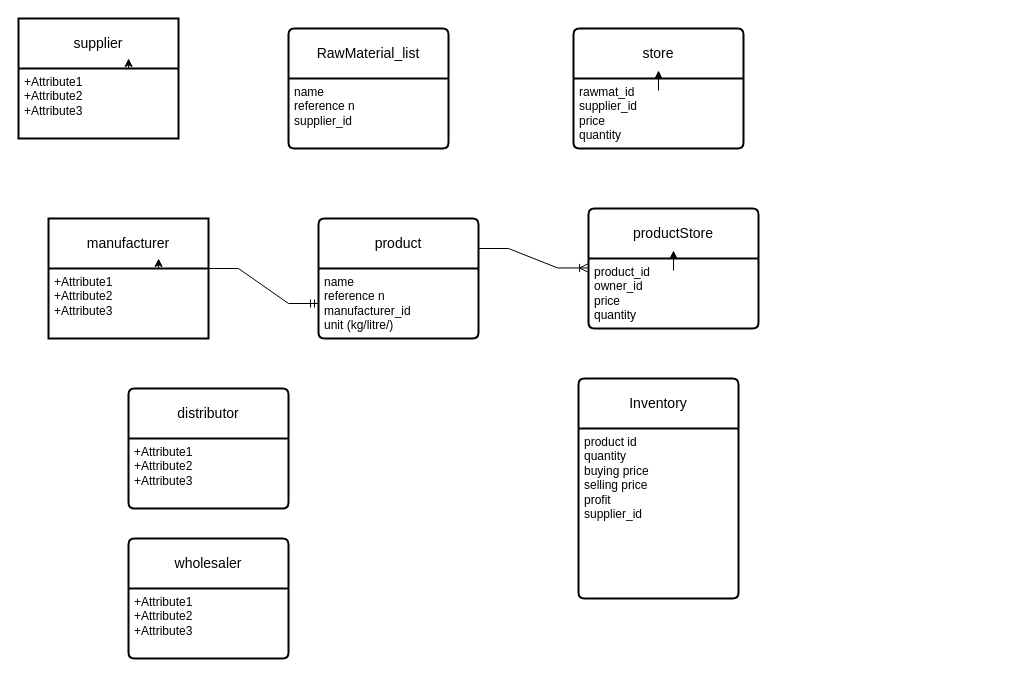
The draw.io diagram Untitled Diagram.drawio in Chrissiku/100-days-of-javascript, before the edit. Source tidied: cells renumbered, new cells numbered last; positions are measured from the earlier drawing's top-left corner, leaving out a move shared by most shapes. Both pictures are drawn from the tidied source at 100%, with x=0, y=0 at pixel (18, 18).
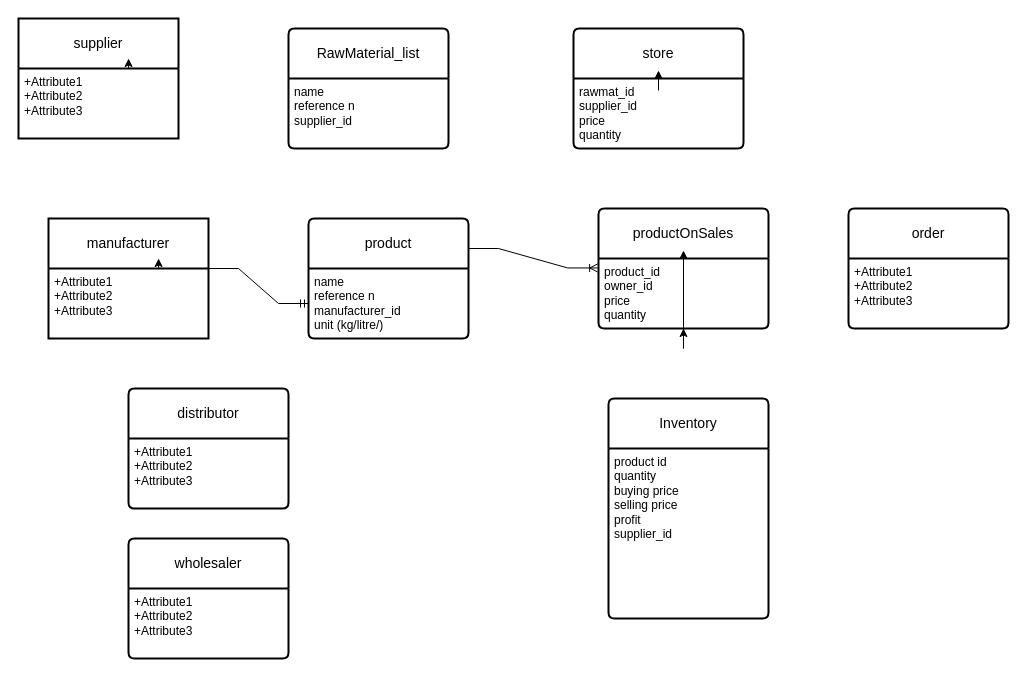
The same page after the edit.

Unchanged cells that the change refers to:
```xml
<mxCell id="8" value="product_id&lt;br&gt;owner_id&lt;br&gt;price&lt;br&gt;quantity" style="align=left;strokeColor=none;fillColor=none;spacingLeft=4;fontSize=12;verticalAlign=top;html=1;" parent="7" vertex="1">
  <mxGeometry y="50" width="170" height="70" as="geometry" />
</mxCell>
```

Diff of the diagram source:
```diff
@@
+    <mxCell id="26" style="edgeStyle=orthogonalEdgeStyle;rounded=0;jettySize=auto;html=1;" parent="1" edge="1" source="8" target="7">
+      <mxGeometry relative="1" as="geometry" />
+    </mxCell>
@@
     <mxCell id="5" value="product" style="swimlane;horizontal=1;startSize=50;rounded=1;fontSize=14;fontStyle=0;strokeWidth=2;shadow=0;dashed=0;align=center;arcSize=4;whiteSpace=wrap;html=1;" parent="1" vertex="1">
-      <mxGeometry x="300" y="200" width="160" height="120" as="geometry" />
+      <mxGeometry x="290" y="200" width="160" height="120" as="geometry" />
     </mxCell>
@@
-    <mxCell id="7" value="productStore" style="swimlane;horizontal=1;startSize=50;rounded=1;fontSize=14;fontStyle=0;strokeWidth=2;shadow=0;dashed=0;align=center;arcSize=4;whiteSpace=wrap;html=1;" parent="1" vertex="1">
-      <mxGeometry x="570" y="190" width="170" height="120" as="geometry" />
+    <mxCell id="7" value="productOnSales" style="swimlane;horizontal=1;startSize=50;rounded=1;fontSize=14;fontStyle=0;strokeWidth=2;shadow=0;dashed=0;align=center;arcSize=4;whiteSpace=wrap;html=1;" parent="1" vertex="1">
+      <mxGeometry x="580" y="190" width="170" height="120" as="geometry" />
     </mxCell>
@@
     <mxCell id="14" value="Inventory" style="swimlane;horizontal=1;startSize=50;rounded=1;fontSize=14;fontStyle=0;strokeWidth=2;shadow=0;dashed=0;align=center;arcSize=4;whiteSpace=wrap;html=1;" parent="1" vertex="1">
-      <mxGeometry x="560" y="360" width="160" height="220" as="geometry" />
+      <mxGeometry x="590" y="380" width="160" height="220" as="geometry" />
     </mxCell>
@@
+    <mxCell id="27" value="order" style="swimlane;horizontal=1;startSize=50;rounded=1;fontSize=14;fontStyle=0;strokeWidth=2;shadow=0;dashed=0;align=center;arcSize=4;whiteSpace=wrap;html=1;" parent="1" vertex="1">
+      <mxGeometry x="830" y="190" width="160" height="120" as="geometry" />
+    </mxCell>
+    <mxCell id="28" value="+Attribute1&#10;+Attribute2&#10;+Attribute3" style="align=left;strokeColor=none;fillColor=none;spacingLeft=4;fontSize=12;verticalAlign=top;html=1;" parent="27" vertex="1">
+      <mxGeometry y="50" width="160" height="70" as="geometry" />
+    </mxCell>
```
